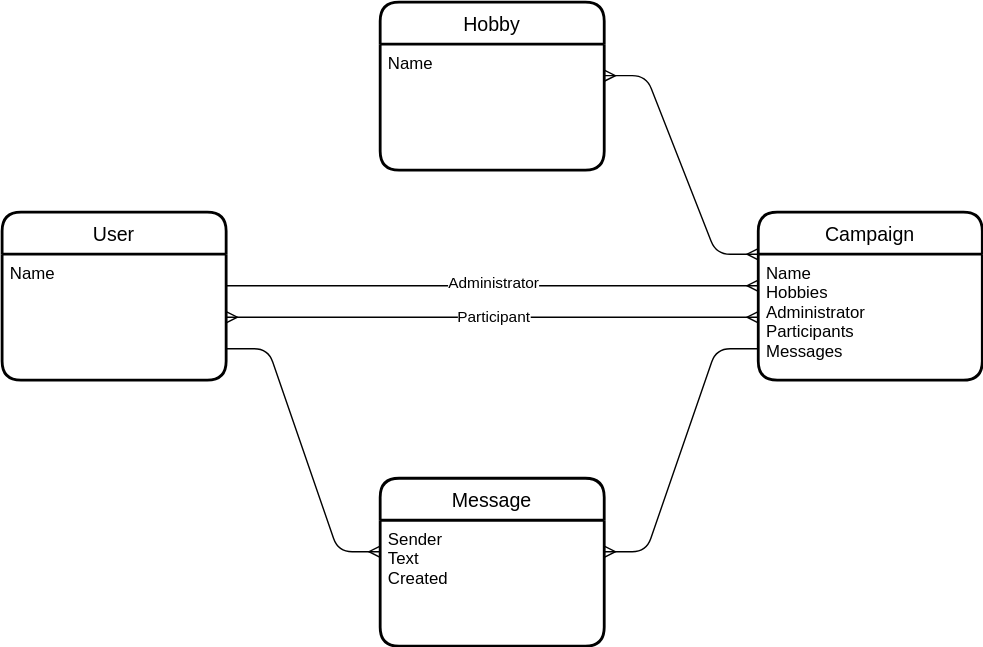
Earlier version of the draw.io export src/docs/ER_Diagram.svg (arngrey/EventApp). Source tidied: cells renumbered, new cells last; positions are measured from the earlier drawing's top-left corner, leaving out a move shared by most shapes.
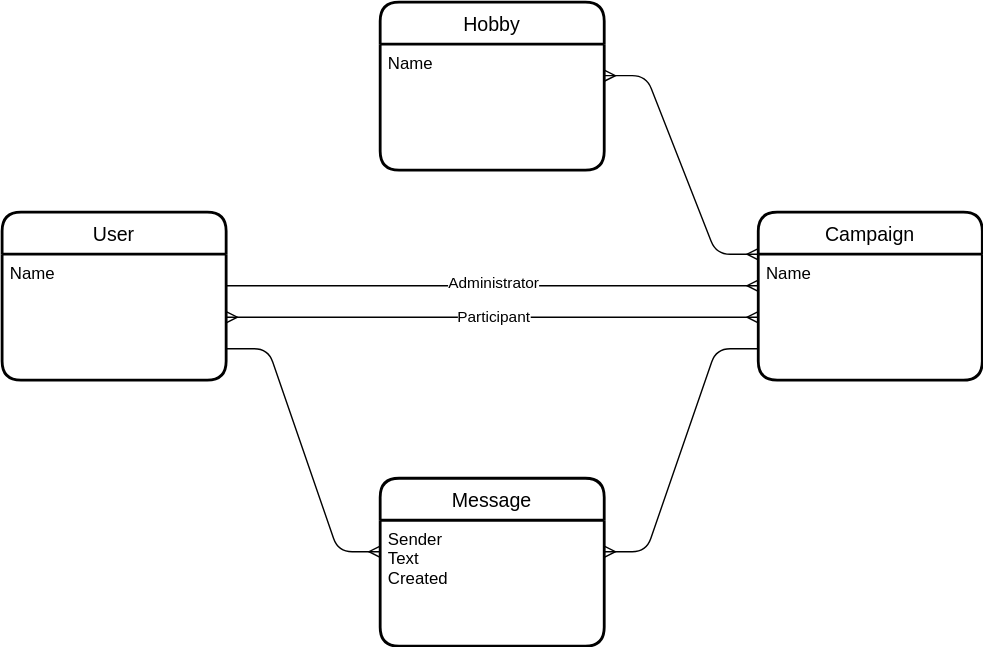
After the change.

The edit, as a diff of the source:
```diff
@@ -11,7 +11,7 @@
     <mxCell id="4" value="Campaign" style="swimlane;horizontal=1;startSize=30;rounded=1;fontSize=14;fontStyle=0;strokeWidth=2;shadow=0;dashed=0;align=center;" parent="1" vertex="1">
       <mxGeometry x="540" y="150" width="160" height="120" as="geometry" />
     </mxCell>
-    <mxCell id="5" value="Name&#10;Hobbies&#10;Administrator&#10;Participants&#10;Messages" style="align=left;strokeColor=none;fillColor=none;spacingLeft=4;fontSize=12;verticalAlign=top;" parent="4" vertex="1">
+    <mxCell id="5" value="Name&#10;" style="align=left;strokeColor=none;fillColor=none;spacingLeft=4;fontSize=12;verticalAlign=top;" parent="4" vertex="1">
       <mxGeometry y="30" width="160" height="90" as="geometry" />
     </mxCell>
     <mxCell id="6" value="Message" style="swimlane;horizontal=1;startSize=30;rounded=1;fontSize=14;fontStyle=0;strokeWidth=2;shadow=0;dashed=0;align=center;" parent="1" vertex="1">
```
